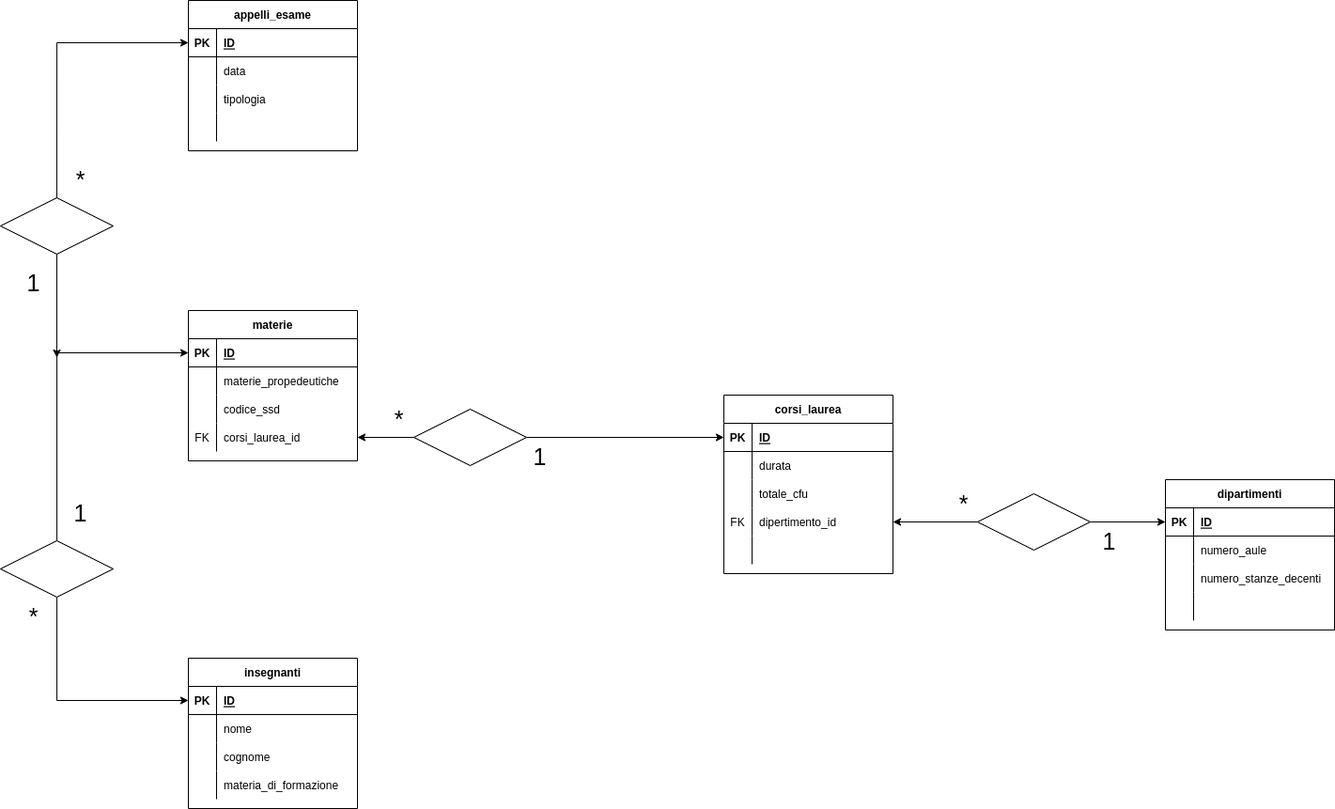
The draw.io diagram diagramma ER per università.png in pietroline/db-university, before a commit. Source tidied: cells renumbered, new cells last; positions are measured from the earlier drawing's top-left corner, leaving out a move shared by most shapes.
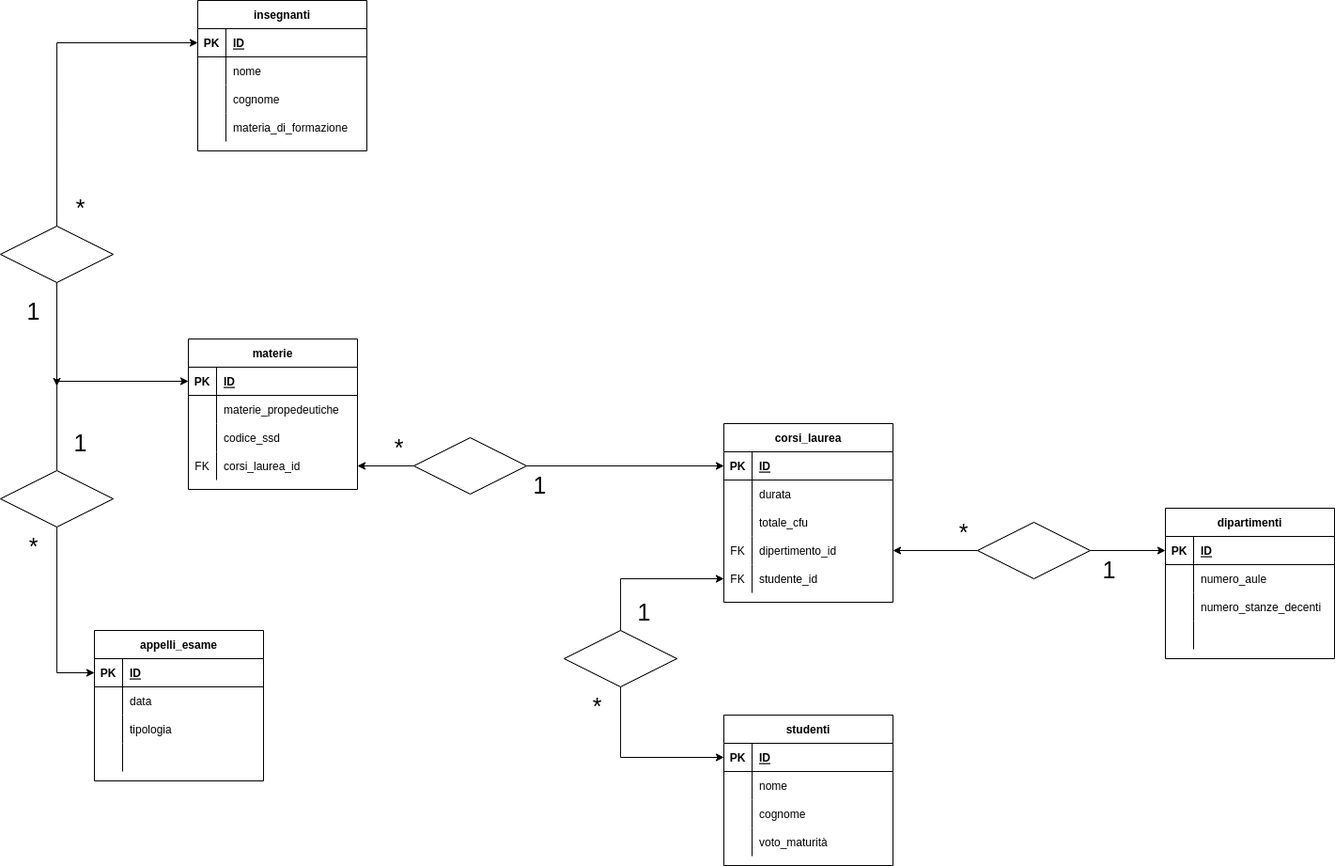
The same file after the commit.

Change to the diagram source:
```diff
@@ -124,86 +124,8 @@
     </mxCell>
-    <mxCell id="42" style="shape=partialRectangle;fillColor=none;top=0;left=0;bottom=0;right=0;overflow=hidden;" parent="41" vertex="1">
+    <mxCell id="42" value="FK" style="shape=partialRectangle;fillColor=none;top=0;left=0;bottom=0;right=0;overflow=hidden;" parent="41" vertex="1">
       <mxGeometry width="30" height="30" as="geometry" />
     </mxCell>
-    <mxCell id="43" style="shape=partialRectangle;fillColor=none;top=0;left=0;bottom=0;right=0;align=left;spacingLeft=6;overflow=hidden;" parent="41" vertex="1">
+    <mxCell id="43" value="studente_id" style="shape=partialRectangle;fillColor=none;top=0;left=0;bottom=0;right=0;align=left;spacingLeft=6;overflow=hidden;" parent="41" vertex="1">
       <mxGeometry x="30" width="150" height="30" as="geometry" />
     </mxCell>
-    <mxCell id="44" value="insegnanti" style="shape=table;startSize=30;rowLines=0;fontStyle=1;align=center;" parent="1" vertex="1">
-      <mxGeometry x="200" y="700" width="180" height="160" as="geometry" />
-    </mxCell>
-    <mxCell id="45" style="shape=tableRow;horizontal=0;startSize=0;swimlaneHead=0;swimlaneBody=0;fillColor=none;points=[[0,0.5],[1,0.5]];portConstraint=eastwest;top=0;left=0;right=0;bottom=1;" parent="44" vertex="1">
-      <mxGeometry y="30" width="180" height="30" as="geometry" />
-    </mxCell>
-    <mxCell id="46" value="PK" style="shape=partialRectangle;fillColor=none;top=0;left=0;bottom=0;right=0;fontStyle=1;overflow=hidden;" parent="45" vertex="1">
-      <mxGeometry width="30" height="30" as="geometry" />
-    </mxCell>
-    <mxCell id="47" value="ID" style="shape=partialRectangle;fillColor=none;top=0;left=0;bottom=0;right=0;align=left;spacingLeft=6;fontStyle=5;overflow=hidden;" parent="45" vertex="1">
-      <mxGeometry x="30" width="150" height="30" as="geometry" />
-    </mxCell>
-    <mxCell id="48" style="shape=tableRow;horizontal=0;startSize=0;swimlaneHead=0;swimlaneBody=0;fillColor=none;top=0;left=0;right=0;bottom=0;" parent="44" vertex="1">
-      <mxGeometry y="60" width="180" height="30" as="geometry" />
-    </mxCell>
-    <mxCell id="49" style="shape=partialRectangle;fillColor=none;top=0;left=0;bottom=0;right=0;overflow=hidden;" parent="48" vertex="1">
-      <mxGeometry width="30" height="30" as="geometry" />
-    </mxCell>
-    <mxCell id="50" value="nome" style="shape=partialRectangle;fillColor=none;top=0;left=0;bottom=0;right=0;align=left;spacingLeft=6;overflow=hidden;" parent="48" vertex="1">
-      <mxGeometry x="30" width="150" height="30" as="geometry" />
-    </mxCell>
-    <mxCell id="51" style="shape=tableRow;horizontal=0;startSize=0;swimlaneHead=0;swimlaneBody=0;fillColor=none;top=0;left=0;right=0;bottom=0;" parent="44" vertex="1">
-      <mxGeometry y="90" width="180" height="30" as="geometry" />
-    </mxCell>
-    <mxCell id="52" style="shape=partialRectangle;fillColor=none;top=0;left=0;bottom=0;right=0;overflow=hidden;" parent="51" vertex="1">
-      <mxGeometry width="30" height="30" as="geometry" />
-    </mxCell>
-    <mxCell id="53" value="cognome" style="shape=partialRectangle;fillColor=none;top=0;left=0;bottom=0;right=0;align=left;spacingLeft=6;overflow=hidden;" parent="51" vertex="1">
-      <mxGeometry x="30" width="150" height="30" as="geometry" />
-    </mxCell>
-    <mxCell id="54" style="shape=tableRow;horizontal=0;startSize=0;swimlaneHead=0;swimlaneBody=0;fillColor=none;top=0;left=0;right=0;bottom=0;" parent="44" vertex="1">
-      <mxGeometry y="120" width="180" height="30" as="geometry" />
-    </mxCell>
-    <mxCell id="55" style="shape=partialRectangle;fillColor=none;top=0;left=0;bottom=0;right=0;overflow=hidden;" parent="54" vertex="1">
-      <mxGeometry width="30" height="30" as="geometry" />
-    </mxCell>
-    <mxCell id="56" value="materia_di_formazione" style="shape=partialRectangle;fillColor=none;top=0;left=0;bottom=0;right=0;align=left;spacingLeft=6;overflow=hidden;" parent="54" vertex="1">
-      <mxGeometry x="30" width="150" height="30" as="geometry" />
-    </mxCell>
-    <mxCell id="57" value="appelli_esame" style="shape=table;startSize=30;rowLines=0;fontStyle=1;align=center;" parent="1" vertex="1">
-      <mxGeometry x="200" width="180" height="160" as="geometry" />
-    </mxCell>
-    <mxCell id="58" style="shape=tableRow;horizontal=0;startSize=0;swimlaneHead=0;swimlaneBody=0;fillColor=none;points=[[0,0.5],[1,0.5]];portConstraint=eastwest;top=0;left=0;right=0;bottom=1;" parent="57" vertex="1">
-      <mxGeometry y="30" width="180" height="30" as="geometry" />
-    </mxCell>
-    <mxCell id="59" value="PK" style="shape=partialRectangle;fillColor=none;top=0;left=0;bottom=0;right=0;fontStyle=1;overflow=hidden;" parent="58" vertex="1">
-      <mxGeometry width="30" height="30" as="geometry" />
-    </mxCell>
-    <mxCell id="60" value="ID" style="shape=partialRectangle;fillColor=none;top=0;left=0;bottom=0;right=0;align=left;spacingLeft=6;fontStyle=5;overflow=hidden;" parent="58" vertex="1">
-      <mxGeometry x="30" width="150" height="30" as="geometry" />
-    </mxCell>
-    <mxCell id="61" style="shape=tableRow;horizontal=0;startSize=0;swimlaneHead=0;swimlaneBody=0;fillColor=none;top=0;left=0;right=0;bottom=0;" parent="57" vertex="1">
-      <mxGeometry y="60" width="180" height="30" as="geometry" />
-    </mxCell>
-    <mxCell id="62" style="shape=partialRectangle;fillColor=none;top=0;left=0;bottom=0;right=0;overflow=hidden;" parent="61" vertex="1">
-      <mxGeometry width="30" height="30" as="geometry" />
-    </mxCell>
-    <mxCell id="63" value="data" style="shape=partialRectangle;fillColor=none;top=0;left=0;bottom=0;right=0;align=left;spacingLeft=6;overflow=hidden;" parent="61" vertex="1">
-      <mxGeometry x="30" width="150" height="30" as="geometry" />
-    </mxCell>
-    <mxCell id="64" style="shape=tableRow;horizontal=0;startSize=0;swimlaneHead=0;swimlaneBody=0;fillColor=none;top=0;left=0;right=0;bottom=0;" parent="57" vertex="1">
-      <mxGeometry y="90" width="180" height="30" as="geometry" />
-    </mxCell>
-    <mxCell id="65" style="shape=partialRectangle;fillColor=none;top=0;left=0;bottom=0;right=0;overflow=hidden;" parent="64" vertex="1">
-      <mxGeometry width="30" height="30" as="geometry" />
-    </mxCell>
-    <mxCell id="66" value="tipologia" style="shape=partialRectangle;fillColor=none;top=0;left=0;bottom=0;right=0;align=left;spacingLeft=6;overflow=hidden;" parent="64" vertex="1">
-      <mxGeometry x="30" width="150" height="30" as="geometry" />
-    </mxCell>
-    <mxCell id="67" style="shape=tableRow;horizontal=0;startSize=0;swimlaneHead=0;swimlaneBody=0;fillColor=none;top=0;left=0;right=0;bottom=0;" parent="57" vertex="1">
-      <mxGeometry y="120" width="180" height="30" as="geometry" />
-    </mxCell>
-    <mxCell id="68" style="shape=partialRectangle;fillColor=none;top=0;left=0;bottom=0;right=0;overflow=hidden;" parent="67" vertex="1">
-      <mxGeometry width="30" height="30" as="geometry" />
-    </mxCell>
-    <mxCell id="69" style="shape=partialRectangle;fillColor=none;top=0;left=0;bottom=0;right=0;align=left;spacingLeft=6;overflow=hidden;" parent="67" vertex="1">
-      <mxGeometry x="30" width="150" height="30" as="geometry" />
-    </mxCell>
     <mxCell id="70" style="edgeStyle=orthogonalEdgeStyle;rounded=0;jettySize=auto;html=1;entryX=0;entryY=0.5;entryDx=0;entryDy=0;" parent="1" edge="1" source="73" target="3">
@@ -244,3 +166,3 @@
     </mxCell>
-    <mxCell id="82" style="edgeStyle=orthogonalEdgeStyle;rounded=0;jettySize=auto;html=1;entryX=0;entryY=0.5;entryDx=0;entryDy=0;fontSize=25;" parent="1" edge="1" source="83" target="45">
+    <mxCell id="82" style="edgeStyle=orthogonalEdgeStyle;rounded=0;jettySize=auto;html=1;entryX=0;entryY=0.5;entryDx=0;entryDy=0;fontSize=25;" parent="1" edge="1" source="83" target="121">
       <mxGeometry relative="1" as="geometry" />
@@ -248,9 +170,9 @@
     <mxCell id="83" style="shape=rhombus;perimeter=rhombusPerimeter;whiteSpace=wrap;html=1;align=center;fontSize=25;" parent="1" vertex="1">
-      <mxGeometry y="575" width="120" height="60" as="geometry" />
+      <mxGeometry y="470" width="120" height="60" as="geometry" />
     </mxCell>
     <mxCell id="84" value="*" style="text;html=1;align=center;verticalAlign=middle;strokeColor=none;fillColor=none;fontSize=25;" parent="1" vertex="1">
-      <mxGeometry x="20" y="635" width="30" height="40" as="geometry" />
+      <mxGeometry x="20" y="530" width="30" height="40" as="geometry" />
     </mxCell>
     <mxCell id="85" value="1" style="text;html=1;align=center;verticalAlign=middle;strokeColor=none;fillColor=none;fontSize=25;" parent="1" vertex="1">
-      <mxGeometry x="70" y="525" width="30" height="40" as="geometry" />
+      <mxGeometry x="70" y="420" width="30" height="40" as="geometry" />
     </mxCell>
@@ -268,3 +190,3 @@
     </mxCell>
-    <mxCell id="90" style="edgeStyle=orthogonalEdgeStyle;rounded=0;jettySize=auto;html=1;entryX=0;entryY=0.5;entryDx=0;entryDy=0;fontSize=25;" parent="1" edge="1" source="87" target="58">
+    <mxCell id="90" style="edgeStyle=orthogonalEdgeStyle;rounded=0;jettySize=auto;html=1;entryX=0;entryY=0.5;entryDx=0;entryDy=0;fontSize=25;" parent="1" edge="1" source="87" target="110">
       <mxGeometry relative="1" as="geometry" />
@@ -276,2 +198,134 @@
     </mxCell>
+    <mxCell id="92" value="studenti" style="shape=table;startSize=30;rowLines=0;fontStyle=1;align=center;" parent="1" vertex="1">
+      <mxGeometry x="770" y="730" width="180" height="160" as="geometry" />
+    </mxCell>
+    <mxCell id="93" style="shape=tableRow;horizontal=0;startSize=0;swimlaneHead=0;swimlaneBody=0;fillColor=none;points=[[0,0.5],[1,0.5]];portConstraint=eastwest;top=0;left=0;right=0;bottom=1;" parent="92" vertex="1">
+      <mxGeometry y="30" width="180" height="30" as="geometry" />
+    </mxCell>
+    <mxCell id="94" value="PK" style="shape=partialRectangle;fillColor=none;top=0;left=0;bottom=0;right=0;fontStyle=1;overflow=hidden;" parent="93" vertex="1">
+      <mxGeometry width="30" height="30" as="geometry" />
+    </mxCell>
+    <mxCell id="95" value="ID" style="shape=partialRectangle;fillColor=none;top=0;left=0;bottom=0;right=0;align=left;spacingLeft=6;fontStyle=5;overflow=hidden;" parent="93" vertex="1">
+      <mxGeometry x="30" width="150" height="30" as="geometry" />
+    </mxCell>
+    <mxCell id="96" style="shape=tableRow;horizontal=0;startSize=0;swimlaneHead=0;swimlaneBody=0;fillColor=none;top=0;left=0;right=0;bottom=0;" parent="92" vertex="1">
+      <mxGeometry y="60" width="180" height="30" as="geometry" />
+    </mxCell>
+    <mxCell id="97" style="shape=partialRectangle;fillColor=none;top=0;left=0;bottom=0;right=0;overflow=hidden;" parent="96" vertex="1">
+      <mxGeometry width="30" height="30" as="geometry" />
+    </mxCell>
+    <mxCell id="98" value="nome" style="shape=partialRectangle;fillColor=none;top=0;left=0;bottom=0;right=0;align=left;spacingLeft=6;overflow=hidden;" parent="96" vertex="1">
+      <mxGeometry x="30" width="150" height="30" as="geometry" />
+    </mxCell>
+    <mxCell id="99" style="shape=tableRow;horizontal=0;startSize=0;swimlaneHead=0;swimlaneBody=0;fillColor=none;top=0;left=0;right=0;bottom=0;" parent="92" vertex="1">
+      <mxGeometry y="90" width="180" height="30" as="geometry" />
+    </mxCell>
+    <mxCell id="100" style="shape=partialRectangle;fillColor=none;top=0;left=0;bottom=0;right=0;overflow=hidden;" parent="99" vertex="1">
+      <mxGeometry width="30" height="30" as="geometry" />
+    </mxCell>
+    <mxCell id="101" value="cognome" style="shape=partialRectangle;fillColor=none;top=0;left=0;bottom=0;right=0;align=left;spacingLeft=6;overflow=hidden;" parent="99" vertex="1">
+      <mxGeometry x="30" width="150" height="30" as="geometry" />
+    </mxCell>
+    <mxCell id="102" style="shape=tableRow;horizontal=0;startSize=0;swimlaneHead=0;swimlaneBody=0;fillColor=none;top=0;left=0;right=0;bottom=0;" parent="92" vertex="1">
+      <mxGeometry y="120" width="180" height="30" as="geometry" />
+    </mxCell>
+    <mxCell id="103" style="shape=partialRectangle;fillColor=none;top=0;left=0;bottom=0;right=0;overflow=hidden;" parent="102" vertex="1">
+      <mxGeometry width="30" height="30" as="geometry" />
+    </mxCell>
+    <mxCell id="104" value="voto_maturità" style="shape=partialRectangle;fillColor=none;top=0;left=0;bottom=0;right=0;align=left;spacingLeft=6;overflow=hidden;" parent="102" vertex="1">
+      <mxGeometry x="30" width="150" height="30" as="geometry" />
+    </mxCell>
+    <mxCell id="105" style="edgeStyle=orthogonalEdgeStyle;rounded=0;jettySize=auto;html=1;fontSize=25;entryX=0;entryY=0.5;entryDx=0;entryDy=0;" parent="1" edge="1" source="107" target="93">
+      <mxGeometry relative="1" as="geometry" />
+    </mxCell>
+    <mxCell id="106" style="edgeStyle=orthogonalEdgeStyle;rounded=0;jettySize=auto;html=1;entryX=0;entryY=0.5;entryDx=0;entryDy=0;fontSize=25;" parent="1" edge="1" source="107" target="41">
+      <mxGeometry relative="1" as="geometry" />
+    </mxCell>
+    <mxCell id="107" style="shape=rhombus;perimeter=rhombusPerimeter;whiteSpace=wrap;html=1;align=center;" parent="1" vertex="1">
+      <mxGeometry x="600" y="640" width="120" height="60" as="geometry" />
+    </mxCell>
+    <mxCell id="108" value="*" style="text;html=1;align=center;verticalAlign=middle;strokeColor=none;fillColor=none;fontSize=25;" parent="1" vertex="1">
+      <mxGeometry x="620" y="700" width="30" height="40" as="geometry" />
+    </mxCell>
+    <mxCell id="109" value="1" style="text;html=1;align=center;verticalAlign=middle;strokeColor=none;fillColor=none;fontSize=25;" parent="1" vertex="1">
+      <mxGeometry x="670" y="600" width="30" height="40" as="geometry" />
+    </mxCell>
+    <mxCell id="44" value="insegnanti" style="shape=table;startSize=30;rowLines=0;fontStyle=1;align=center;" parent="1" vertex="1">
+      <mxGeometry x="210" y="-30" width="180" height="160" as="geometry" />
+    </mxCell>
+    <mxCell id="110" style="shape=tableRow;horizontal=0;startSize=0;swimlaneHead=0;swimlaneBody=0;fillColor=none;points=[[0,0.5],[1,0.5]];portConstraint=eastwest;top=0;left=0;right=0;bottom=1;" parent="44" vertex="1">
+      <mxGeometry y="30" width="180" height="30" as="geometry" />
+    </mxCell>
+    <mxCell id="111" value="PK" style="shape=partialRectangle;fillColor=none;top=0;left=0;bottom=0;right=0;fontStyle=1;overflow=hidden;" parent="110" vertex="1">
+      <mxGeometry width="30" height="30" as="geometry" />
+    </mxCell>
+    <mxCell id="112" value="ID" style="shape=partialRectangle;fillColor=none;top=0;left=0;bottom=0;right=0;align=left;spacingLeft=6;fontStyle=5;overflow=hidden;" parent="110" vertex="1">
+      <mxGeometry x="30" width="150" height="30" as="geometry" />
+    </mxCell>
+    <mxCell id="113" style="shape=tableRow;horizontal=0;startSize=0;swimlaneHead=0;swimlaneBody=0;fillColor=none;top=0;left=0;right=0;bottom=0;" parent="44" vertex="1">
+      <mxGeometry y="60" width="180" height="30" as="geometry" />
+    </mxCell>
+    <mxCell id="114" style="shape=partialRectangle;fillColor=none;top=0;left=0;bottom=0;right=0;overflow=hidden;" parent="113" vertex="1">
+      <mxGeometry width="30" height="30" as="geometry" />
+    </mxCell>
+    <mxCell id="115" value="nome" style="shape=partialRectangle;fillColor=none;top=0;left=0;bottom=0;right=0;align=left;spacingLeft=6;overflow=hidden;" parent="113" vertex="1">
+      <mxGeometry x="30" width="150" height="30" as="geometry" />
+    </mxCell>
+    <mxCell id="116" style="shape=tableRow;horizontal=0;startSize=0;swimlaneHead=0;swimlaneBody=0;fillColor=none;top=0;left=0;right=0;bottom=0;" parent="44" vertex="1">
+      <mxGeometry y="90" width="180" height="30" as="geometry" />
+    </mxCell>
+    <mxCell id="117" style="shape=partialRectangle;fillColor=none;top=0;left=0;bottom=0;right=0;overflow=hidden;" parent="116" vertex="1">
+      <mxGeometry width="30" height="30" as="geometry" />
+    </mxCell>
+    <mxCell id="118" value="cognome" style="shape=partialRectangle;fillColor=none;top=0;left=0;bottom=0;right=0;align=left;spacingLeft=6;overflow=hidden;" parent="116" vertex="1">
+      <mxGeometry x="30" width="150" height="30" as="geometry" />
+    </mxCell>
+    <mxCell id="119" style="shape=tableRow;horizontal=0;startSize=0;swimlaneHead=0;swimlaneBody=0;fillColor=none;top=0;left=0;right=0;bottom=0;" parent="44" vertex="1">
+      <mxGeometry y="120" width="180" height="30" as="geometry" />
+    </mxCell>
+    <mxCell id="120" style="shape=partialRectangle;fillColor=none;top=0;left=0;bottom=0;right=0;overflow=hidden;" parent="119" vertex="1">
+      <mxGeometry width="30" height="30" as="geometry" />
+    </mxCell>
+    <mxCell id="56" value="materia_di_formazione" style="shape=partialRectangle;fillColor=none;top=0;left=0;bottom=0;right=0;align=left;spacingLeft=6;overflow=hidden;" parent="119" vertex="1">
+      <mxGeometry x="30" width="150" height="30" as="geometry" />
+    </mxCell>
+    <mxCell id="57" value="appelli_esame" style="shape=table;startSize=30;rowLines=0;fontStyle=1;align=center;" parent="1" vertex="1">
+      <mxGeometry x="100" y="640" width="180" height="160" as="geometry" />
+    </mxCell>
+    <mxCell id="121" style="shape=tableRow;horizontal=0;startSize=0;swimlaneHead=0;swimlaneBody=0;fillColor=none;points=[[0,0.5],[1,0.5]];portConstraint=eastwest;top=0;left=0;right=0;bottom=1;" parent="57" vertex="1">
+      <mxGeometry y="30" width="180" height="30" as="geometry" />
+    </mxCell>
+    <mxCell id="122" value="PK" style="shape=partialRectangle;fillColor=none;top=0;left=0;bottom=0;right=0;fontStyle=1;overflow=hidden;" parent="121" vertex="1">
+      <mxGeometry width="30" height="30" as="geometry" />
+    </mxCell>
+    <mxCell id="123" value="ID" style="shape=partialRectangle;fillColor=none;top=0;left=0;bottom=0;right=0;align=left;spacingLeft=6;fontStyle=5;overflow=hidden;" parent="121" vertex="1">
+      <mxGeometry x="30" width="150" height="30" as="geometry" />
+    </mxCell>
+    <mxCell id="124" style="shape=tableRow;horizontal=0;startSize=0;swimlaneHead=0;swimlaneBody=0;fillColor=none;top=0;left=0;right=0;bottom=0;" parent="57" vertex="1">
+      <mxGeometry y="60" width="180" height="30" as="geometry" />
+    </mxCell>
+    <mxCell id="125" style="shape=partialRectangle;fillColor=none;top=0;left=0;bottom=0;right=0;overflow=hidden;" parent="124" vertex="1">
+      <mxGeometry width="30" height="30" as="geometry" />
+    </mxCell>
+    <mxCell id="63" value="data" style="shape=partialRectangle;fillColor=none;top=0;left=0;bottom=0;right=0;align=left;spacingLeft=6;overflow=hidden;" parent="124" vertex="1">
+      <mxGeometry x="30" width="150" height="30" as="geometry" />
+    </mxCell>
+    <mxCell id="126" style="shape=tableRow;horizontal=0;startSize=0;swimlaneHead=0;swimlaneBody=0;fillColor=none;top=0;left=0;right=0;bottom=0;" parent="57" vertex="1">
+      <mxGeometry y="90" width="180" height="30" as="geometry" />
+    </mxCell>
+    <mxCell id="127" style="shape=partialRectangle;fillColor=none;top=0;left=0;bottom=0;right=0;overflow=hidden;" parent="126" vertex="1">
+      <mxGeometry width="30" height="30" as="geometry" />
+    </mxCell>
+    <mxCell id="66" value="tipologia" style="shape=partialRectangle;fillColor=none;top=0;left=0;bottom=0;right=0;align=left;spacingLeft=6;overflow=hidden;" parent="126" vertex="1">
+      <mxGeometry x="30" width="150" height="30" as="geometry" />
+    </mxCell>
+    <mxCell id="128" style="shape=tableRow;horizontal=0;startSize=0;swimlaneHead=0;swimlaneBody=0;fillColor=none;top=0;left=0;right=0;bottom=0;" parent="57" vertex="1">
+      <mxGeometry y="120" width="180" height="30" as="geometry" />
+    </mxCell>
+    <mxCell id="129" style="shape=partialRectangle;fillColor=none;top=0;left=0;bottom=0;right=0;overflow=hidden;" parent="128" vertex="1">
+      <mxGeometry width="30" height="30" as="geometry" />
+    </mxCell>
+    <mxCell id="69" style="shape=partialRectangle;fillColor=none;top=0;left=0;bottom=0;right=0;align=left;spacingLeft=6;overflow=hidden;" parent="128" vertex="1">
+      <mxGeometry x="30" width="150" height="30" as="geometry" />
+    </mxCell>
   </root>
```
